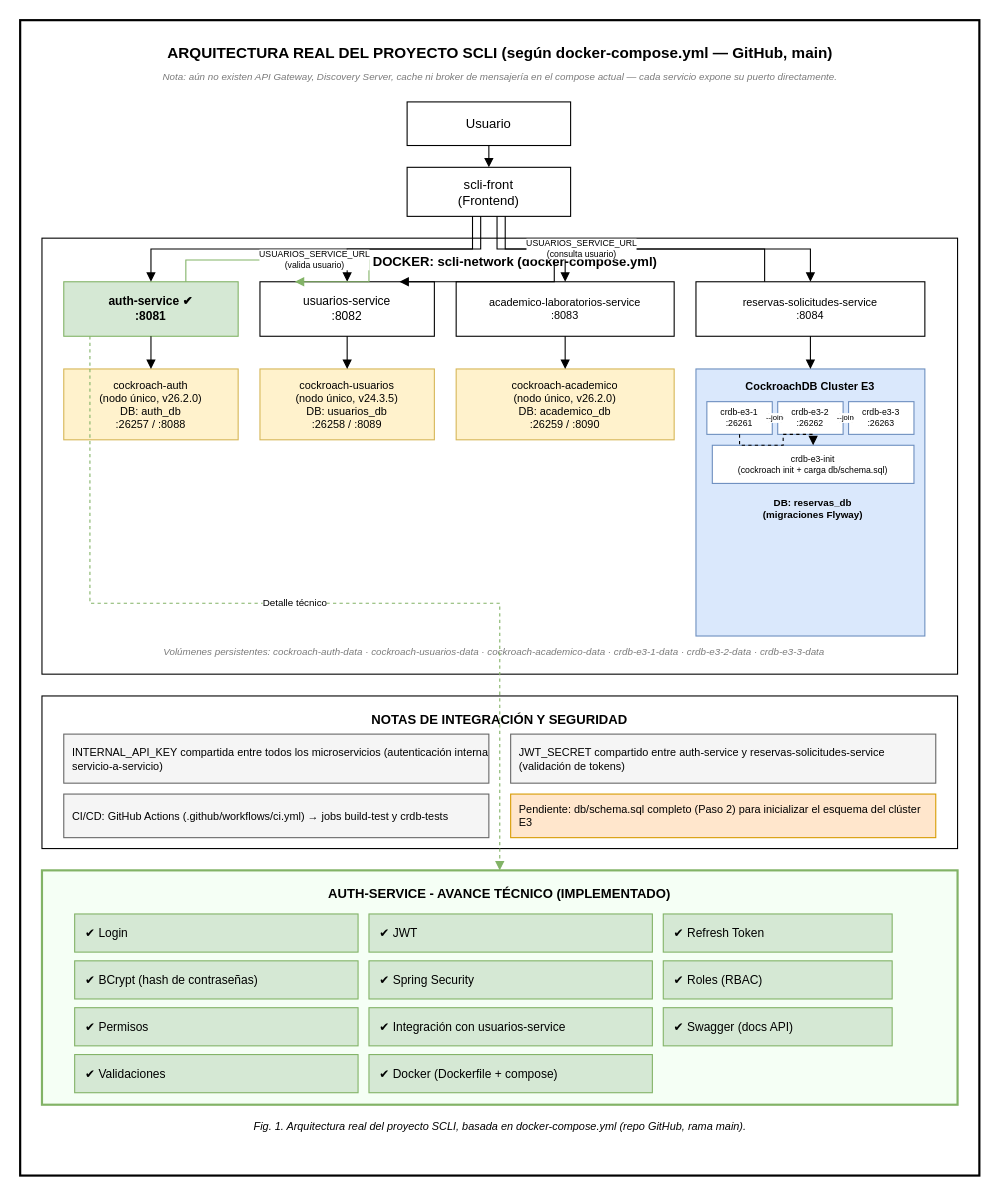
This is docs/evidencias/diagramas_arquitectura/arquitecturaScli.drawio from ffarinangog2/Entrega-final-del-PFC, a draw.io file, before an edit. Source tidied: cells renumbered, new cells numbered last; positions are measured from the earlier drawing's top-left corner, leaving out a move shared by most shapes. Both pictures are drawn from the tidied source at 109%, with x=0, y=0 at pixel (20, 20).
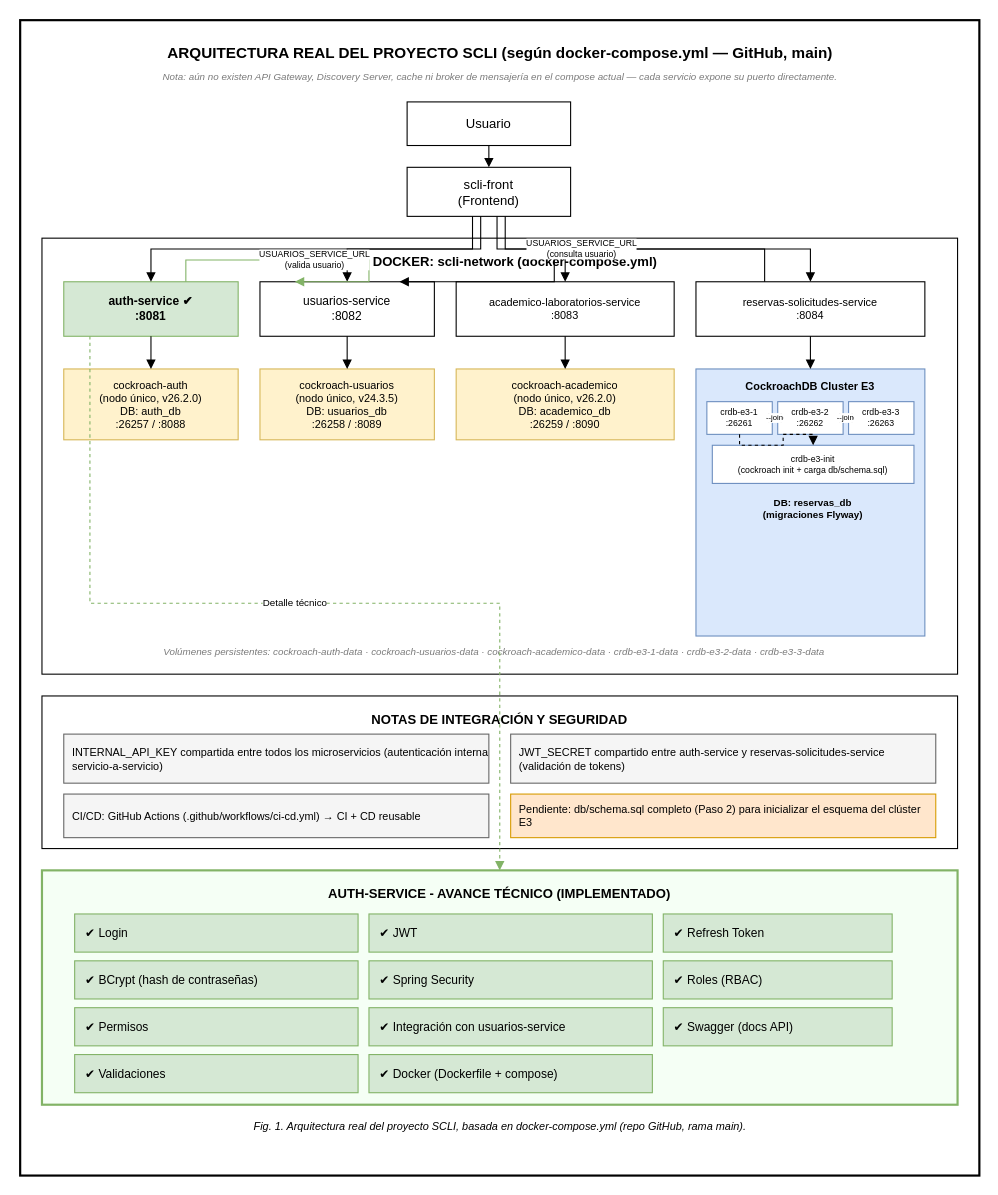
The same diagram, later.

Diff of the diagram source:
```diff
@@
-    <mxCell id="39" value="CI/CD: GitHub Actions (.github/workflows/ci.yml) → jobs build-test y crdb-tests" style="rounded=0;whiteSpace=wrap;html=1;fillColor=#f5f5f5;strokeColor=#666666;fontSize=10;align=left;spacingLeft=6;" parent="1" vertex="1">
+    <mxCell id="39" value="CI/CD: GitHub Actions (.github/workflows/ci-cd.yml) → CI + CD reusable" style="rounded=0;whiteSpace=wrap;html=1;fillColor=#f5f5f5;strokeColor=#666666;fontSize=10;align=left;spacingLeft=6;" parent="1" vertex="1">
       <mxGeometry x="40" y="710" width="390" height="40" as="geometry" />
     </mxCell>
```
